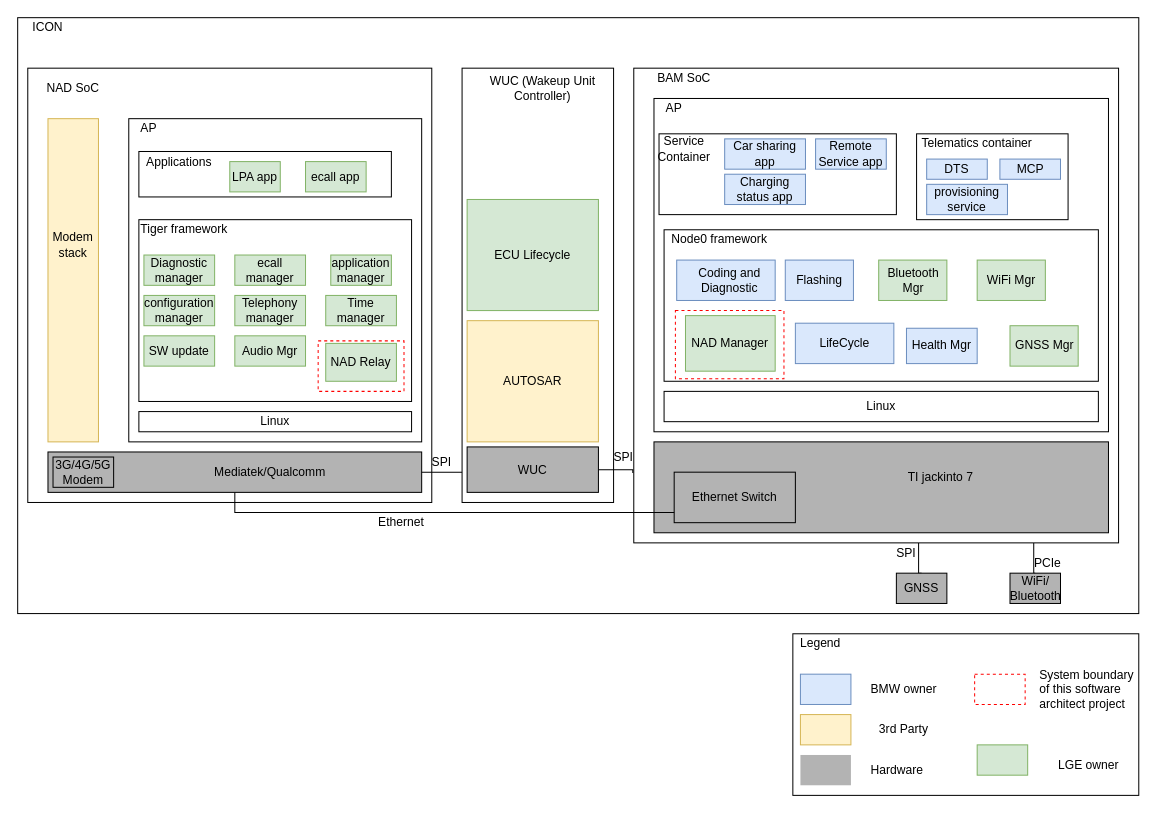
This is page "System_overview" (1 of 6) of doc/SA cert/Design/system_context.drawio from taikt/codefun, a draw.io file, before an edit. Source tidied: cells renumbered, new cells numbered last; positions are measured from the earlier drawing's top-left corner, leaving out a move shared by most shapes. Both pictures are drawn from the tidied source at 101%, with x=0, y=0 at pixel (17, 17).
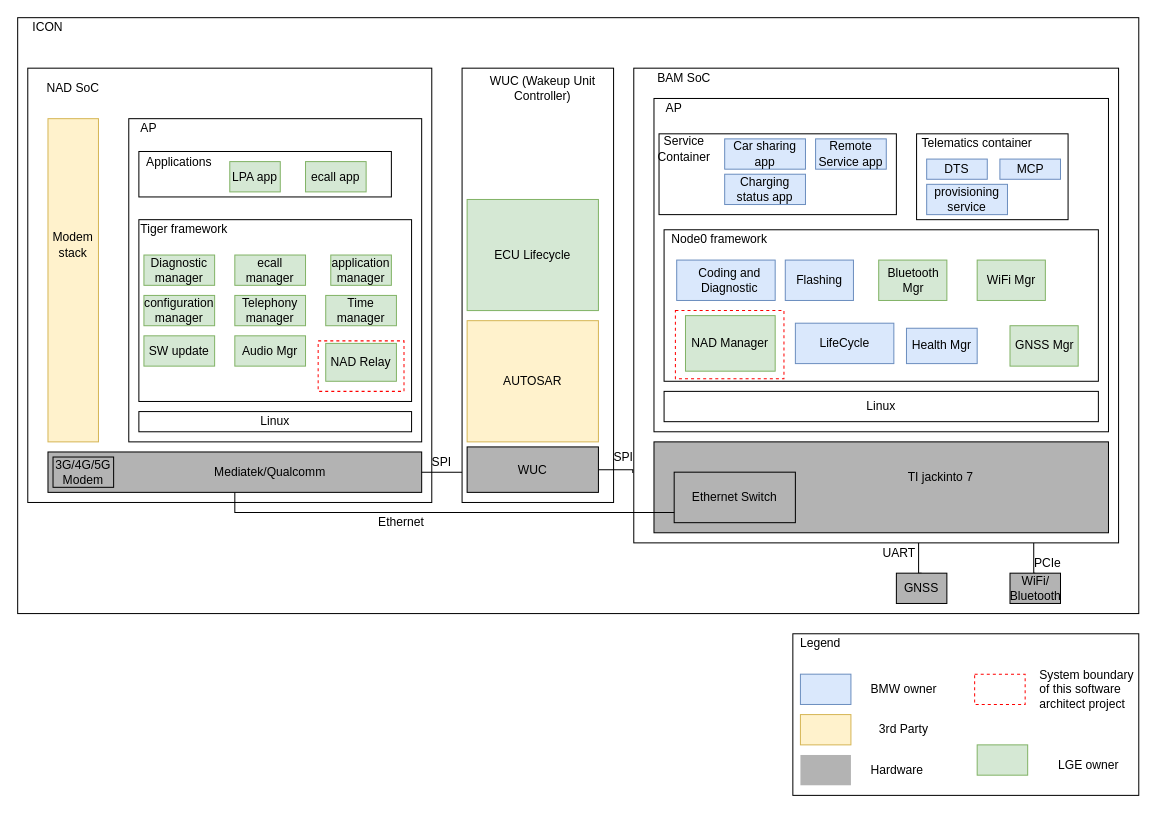
After the change.

Change to the diagram source:
```diff
@@
-    <mxCell id="74" value="SPI" style="text;html=1;strokeColor=none;fillColor=none;align=center;verticalAlign=middle;whiteSpace=wrap;rounded=0;" parent="1" vertex="1">
-      <mxGeometry x="860" y="520" width="40" height="20" as="geometry" />
+    <mxCell id="74" value="UART" style="text;html=1;strokeColor=none;fillColor=none;align=center;verticalAlign=middle;whiteSpace=wrap;rounded=0;" parent="1" vertex="1">
+      <mxGeometry x="852.5" y="520" width="40" height="20" as="geometry" />
     </mxCell>
```
